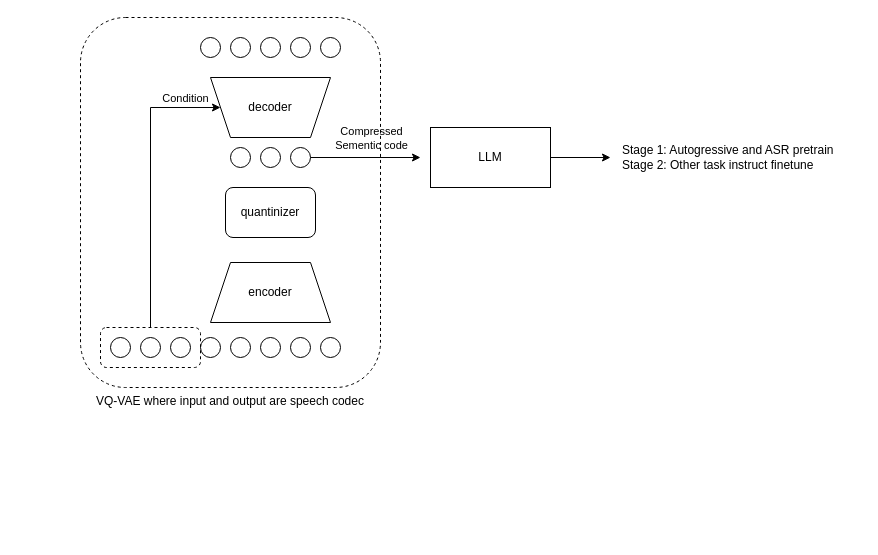
Earlier version of the draw.io diagram new_proj.drawio (nethermanpro/drawio). Source tidied: cells renumbered, new cells numbered last; positions are measured from the earlier drawing's top-left corner, leaving out a move shared by most shapes. Both pictures are drawn from the tidied source at 100%, with x=0, y=0 at pixel (80, 17). Pictures stored in the file or linked from it are replaced by grey dashed boxes.
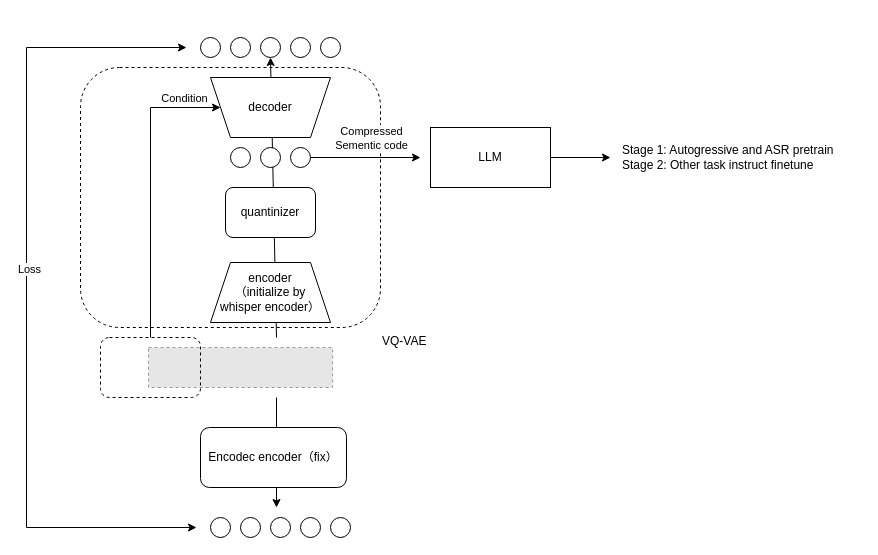
Above is the later version.

Diff of the diagram source:
```diff
@@
+    <mxCell id="30" style="endArrow=classic;html=1;rounded=0;" parent="1" edge="1">
+      <mxGeometry relative="1" as="geometry">
+        <mxPoint x="196" y="380" as="sourcePoint" />
+        <mxPoint x="196" y="490" as="targetPoint" />
+      </mxGeometry>
+    </mxCell>
+    <mxCell id="31" style="endArrow=classic;html=1;rounded=0;entryX=0.5;entryY=1;entryDx=0;entryDy=0;" parent="1" edge="1">
+      <mxGeometry relative="1" as="geometry">
+        <mxPoint x="196" y="320" as="sourcePoint" />
+        <mxPoint x="190" y="40" as="targetPoint" />
+      </mxGeometry>
+    </mxCell>
+    <mxCell id="32" style="fillColor=#E6E6E6;strokeColor=#999999;dashed=1;verticalLabelPosition=bottom;labelBackgroundColor=default;verticalAlign=top;" parent="1" vertex="1">
+      <mxGeometry x="68" y="330" width="184.1" height="40" as="geometry" />
+    </mxCell>
+    <mxCell id="26" value="VQ-VAE&amp;nbsp;" style="rounded=1;whiteSpace=wrap;html=1;fillColor=none;dashed=1;labelPosition=right;verticalLabelPosition=bottom;align=left;verticalAlign=top;" parent="1" vertex="1">
+      <mxGeometry y="50" width="300" height="260" as="geometry" />
+    </mxCell>
-    <mxCell id="2" value="encoder" style="shape=trapezoid;perimeter=trapezoidPerimeter;whiteSpace=wrap;html=1;fixedSize=1;" parent="1" vertex="1">
+    <mxCell id="2" value="encoder&lt;br&gt;（initialize by &lt;br&gt;whisper encoder）" style="shape=trapezoid;perimeter=trapezoidPerimeter;whiteSpace=wrap;html=1;fixedSize=1;" parent="1" vertex="1">
       <mxGeometry x="130" y="245" width="120" height="60" as="geometry" />
     </mxCell>
@@
-    <mxCell id="5" style="ellipse;whiteSpace=wrap;html=1;" parent="1" vertex="1">
-      <mxGeometry x="30" y="320" width="20" height="20" as="geometry" />
-    </mxCell>
-    <mxCell id="6" style="ellipse;whiteSpace=wrap;html=1;" parent="1" vertex="1">
-      <mxGeometry x="60" y="320" width="20" height="20" as="geometry" />
-    </mxCell>
-    <mxCell id="7" style="ellipse;whiteSpace=wrap;html=1;" parent="1" vertex="1">
-      <mxGeometry x="90" y="320" width="20" height="20" as="geometry" />
-    </mxCell>
     <mxCell id="8" style="ellipse;whiteSpace=wrap;html=1;" parent="1" vertex="1">
-      <mxGeometry x="120" y="320" width="20" height="20" as="geometry" />
+      <mxGeometry x="130" y="500" width="20" height="20" as="geometry" />
     </mxCell>
     <mxCell id="9" style="ellipse;whiteSpace=wrap;html=1;" parent="1" vertex="1">
-      <mxGeometry x="150" y="320" width="20" height="20" as="geometry" />
+      <mxGeometry x="160" y="500" width="20" height="20" as="geometry" />
     </mxCell>
     <mxCell id="10" style="ellipse;whiteSpace=wrap;html=1;" parent="1" vertex="1">
-      <mxGeometry x="180" y="320" width="20" height="20" as="geometry" />
+      <mxGeometry x="190" y="500" width="20" height="20" as="geometry" />
     </mxCell>
     <mxCell id="11" style="ellipse;whiteSpace=wrap;html=1;" parent="1" vertex="1">
-      <mxGeometry x="210" y="320" width="20" height="20" as="geometry" />
+      <mxGeometry x="220" y="500" width="20" height="20" as="geometry" />
     </mxCell>
     <mxCell id="12" style="ellipse;whiteSpace=wrap;html=1;" parent="1" vertex="1">
-      <mxGeometry x="240" y="320" width="20" height="20" as="geometry" />
+      <mxGeometry x="250" y="500" width="20" height="20" as="geometry" />
     </mxCell>
     <mxCell id="13" style="rounded=1;whiteSpace=wrap;html=1;fillColor=none;dashed=1;" parent="1" vertex="1">
-      <mxGeometry x="20" y="310" width="100" height="40" as="geometry" />
+      <mxGeometry x="20" y="320" width="100" height="60" as="geometry" />
     </mxCell>
@@
-    <mxCell id="26" value="VQ-VAE where input and output are speech codec" style="rounded=1;whiteSpace=wrap;html=1;fillColor=none;dashed=1;labelPosition=center;verticalLabelPosition=bottom;align=center;verticalAlign=top;" parent="1" vertex="1">
-      <mxGeometry width="300" height="370" as="geometry" />
-    </mxCell>
@@
+    <mxCell id="33" value="Encodec encoder（fix）" style="rounded=1;whiteSpace=wrap;html=1;" parent="1" vertex="1">
+      <mxGeometry x="120" y="410" width="146" height="60" as="geometry" />
+    </mxCell>
+    <mxCell id="34" style="endArrow=classic;startArrow=classic;html=1;rounded=0;" parent="1" edge="1">
+      <mxGeometry relative="1" as="geometry">
+        <mxPoint x="116" y="510" as="sourcePoint" />
+        <mxPoint x="106" y="30" as="targetPoint" />
+        <Array as="points">
+          <mxPoint x="-54" y="510" />
+          <mxPoint x="-54" y="30" />
+        </Array>
+      </mxGeometry>
+    </mxCell>
+    <mxCell id="35" value="Loss" style="edgeLabel;html=1;align=center;verticalAlign=middle;" parent="34" vertex="1">
+      <mxGeometry x="0.06" y="-2" relative="1" as="geometry" />
+    </mxCell>
```
